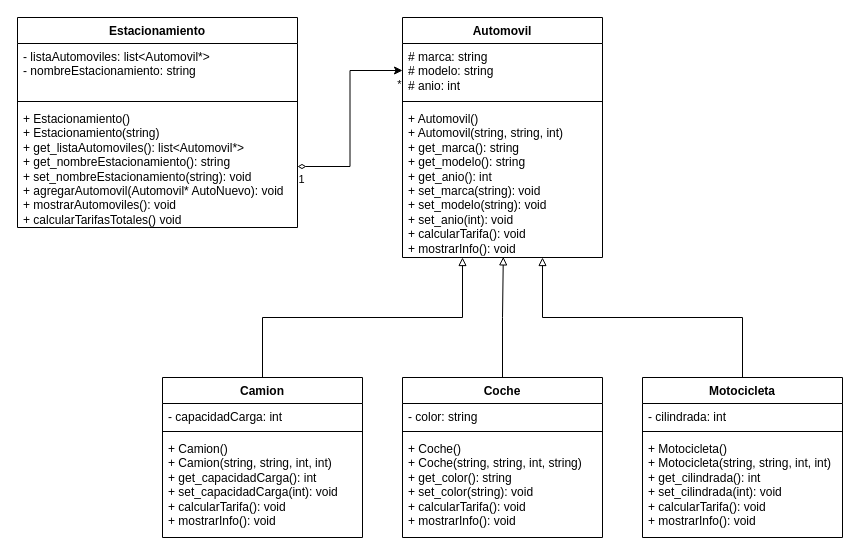
This is UML.drawio from ceso-tec/Modelacion-orientada-a-objetos_proyecto, a draw.io file, before an edit. Source tidied: cells renumbered, new cells numbered last; positions are measured from the earlier drawing's top-left corner, leaving out a move shared by most shapes. Both pictures are drawn from the tidied source at 100%, with x=0, y=0 at pixel (17, 17).
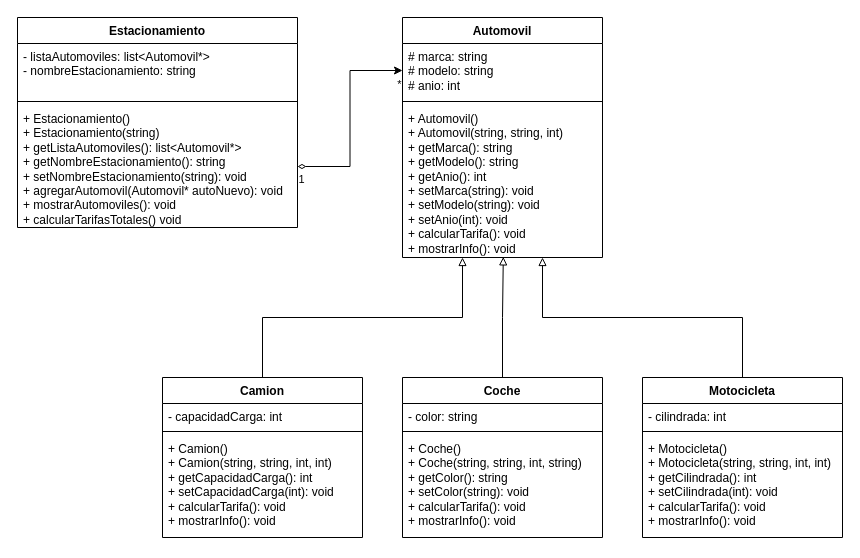
The same diagram, later.

The change refers to these unchanged cells:
```xml
<mxCell id="3" value="Coche" style="swimlane;fontStyle=1;align=center;verticalAlign=top;horizontal=1;startSize=26;whiteSpace=wrap;html=1;" parent="1" vertex="1">
  <mxGeometry x="385" y="360" width="200" height="160" as="geometry" />
</mxCell>
<mxCell id="8" value="Camion" style="swimlane;fontStyle=1;align=center;verticalAlign=top;horizontal=1;startSize=26;whiteSpace=wrap;html=1;" parent="1" vertex="1">
  <mxGeometry x="145" y="360" width="200" height="160" as="geometry" />
</mxCell>
<mxCell id="13" value="Motocicleta" style="swimlane;fontStyle=1;align=center;verticalAlign=top;horizontal=1;startSize=26;whiteSpace=wrap;html=1;" parent="1" vertex="1">
  <mxGeometry x="625" y="360" width="200" height="160" as="geometry" />
</mxCell>
<mxCell id="17" value="Automovil" style="swimlane;fontStyle=1;align=center;verticalAlign=top;horizontal=1;startSize=26;whiteSpace=wrap;html=1;" parent="1" vertex="1">
  <mxGeometry x="385" width="200" height="240" as="geometry" />
</mxCell>
<mxCell id="21" value="Estacionamiento" style="swimlane;fontStyle=1;align=center;verticalAlign=top;horizontal=1;startSize=26;whiteSpace=wrap;html=1;" parent="1" vertex="1">
  <mxGeometry width="280" height="210" as="geometry" />
</mxCell>
```

The edit, as a diff of the source:
```diff
@@
-    <mxCell id="6" value="&lt;div&gt;+ Coche()&lt;/div&gt;&lt;div&gt;+ Coche(string, string, int, string)&lt;/div&gt;&lt;div&gt;&lt;span style=&quot;background-color: transparent; color: light-dark(rgb(0, 0, 0), rgb(255, 255, 255));&quot;&gt;+ get_color(): string&lt;/span&gt;&lt;/div&gt;&lt;div&gt;+ set_color(string): void&lt;/div&gt;&lt;div&gt;&lt;div&gt;+ calcularTarifa(): void&lt;/div&gt;&lt;div&gt;+ mostrarInfo(): void&lt;/div&gt;&lt;/div&gt;" style="text;strokeColor=none;fillColor=none;align=left;verticalAlign=top;spacingLeft=4;spacingRight=4;overflow=hidden;whiteSpace=wrap;html=1;" parent="3" vertex="1">
+    <mxCell id="6" value="&lt;div&gt;+ Coche()&lt;/div&gt;&lt;div&gt;+ Coche(string, string, int, string)&lt;/div&gt;&lt;div&gt;&lt;span style=&quot;background-color: transparent; color: light-dark(rgb(0, 0, 0), rgb(255, 255, 255));&quot;&gt;+ getColor(): string&lt;/span&gt;&lt;/div&gt;&lt;div&gt;+ setColor(string): void&lt;/div&gt;&lt;div&gt;&lt;div&gt;+ calcularTarifa(): void&lt;/div&gt;&lt;div&gt;+ mostrarInfo(): void&lt;/div&gt;&lt;/div&gt;" style="text;strokeColor=none;fillColor=none;align=left;verticalAlign=top;spacingLeft=4;spacingRight=4;overflow=hidden;whiteSpace=wrap;html=1;" parent="3" vertex="1">
       <mxGeometry y="58" width="200" height="102" as="geometry" />
     </mxCell>
@@
-    <mxCell id="11" value="+ Camion()&lt;div&gt;+ Camion(string, string, int, int)&lt;/div&gt;&lt;div&gt;&lt;div&gt;&lt;span style=&quot;background-color: transparent; color: light-dark(rgb(0, 0, 0), rgb(255, 255, 255));&quot;&gt;+ get_capacidadCarga(): int&lt;/span&gt;&lt;/div&gt;&lt;/div&gt;&lt;div&gt;+ set_capacidadCarga(int): void&lt;/div&gt;&lt;div&gt;+ calcularTarifa(): void&lt;/div&gt;&lt;div&gt;+ mostrarInfo(): void&lt;/div&gt;" style="text;strokeColor=none;fillColor=none;align=left;verticalAlign=top;spacingLeft=4;spacingRight=4;overflow=hidden;whiteSpace=wrap;html=1;" parent="8" vertex="1">
+    <mxCell id="11" value="+ Camion()&lt;div&gt;+ Camion(string, string, int, int)&lt;/div&gt;&lt;div&gt;&lt;div&gt;&lt;span style=&quot;background-color: transparent; color: light-dark(rgb(0, 0, 0), rgb(255, 255, 255));&quot;&gt;+ getCapacidadCarga(): int&lt;/span&gt;&lt;/div&gt;&lt;/div&gt;&lt;div&gt;+ setCapacidadCarga(int): void&lt;/div&gt;&lt;div&gt;+ calcularTarifa(): void&lt;/div&gt;&lt;div&gt;+ mostrarInfo(): void&lt;/div&gt;" style="text;strokeColor=none;fillColor=none;align=left;verticalAlign=top;spacingLeft=4;spacingRight=4;overflow=hidden;whiteSpace=wrap;html=1;" parent="8" vertex="1">
       <mxGeometry y="58" width="200" height="102" as="geometry" />
     </mxCell>
@@
-    <mxCell id="16" value="+ Motocicleta()&lt;div&gt;+ Motocicleta(string, string, int, int)&lt;/div&gt;&lt;div&gt;+ get_cilindrada(): int&lt;/div&gt;&lt;div&gt;+ set_cilindrada(int): void&lt;/div&gt;&lt;div&gt;&lt;div&gt;+ calcularTarifa(): void&lt;/div&gt;&lt;div&gt;+ mostrarInfo(): void&lt;/div&gt;&lt;/div&gt;" style="text;strokeColor=none;fillColor=none;align=left;verticalAlign=top;spacingLeft=4;spacingRight=4;overflow=hidden;whiteSpace=wrap;html=1;" parent="13" vertex="1">
+    <mxCell id="16" value="+ Motocicleta()&lt;div&gt;+ Motocicleta(string, string, int, int)&lt;/div&gt;&lt;div&gt;+ getCilindrada(): int&lt;/div&gt;&lt;div&gt;+ setCilindrada(int): void&lt;/div&gt;&lt;div&gt;&lt;div&gt;+ calcularTarifa(): void&lt;/div&gt;&lt;div&gt;+ mostrarInfo(): void&lt;/div&gt;&lt;/div&gt;" style="text;strokeColor=none;fillColor=none;align=left;verticalAlign=top;spacingLeft=4;spacingRight=4;overflow=hidden;whiteSpace=wrap;html=1;" parent="13" vertex="1">
       <mxGeometry y="58" width="200" height="102" as="geometry" />
     </mxCell>
@@
-    <mxCell id="20" value="+ Automovil()&lt;div&gt;+ Automovil(string, string, int)&lt;/div&gt;&lt;div&gt;&lt;div&gt;+ get_marca(): string&lt;/div&gt;&lt;div&gt;+ get_modelo(): string&lt;/div&gt;&lt;div&gt;+ get_anio(): int&lt;/div&gt;&lt;/div&gt;&lt;div&gt;+ set_marca(string): void&lt;/div&gt;&lt;div&gt;&lt;div&gt;+ set_modelo(string): void&lt;/div&gt;&lt;div&gt;+ set_anio(int): void&lt;/div&gt;&lt;/div&gt;&lt;div&gt;+ calcularTarifa(): void&lt;/div&gt;&lt;div&gt;+ mostrarInfo(): void&lt;/div&gt;" style="text;strokeColor=none;fillColor=none;align=left;verticalAlign=top;spacingLeft=4;spacingRight=4;overflow=hidden;points=[[0,0.5],[1,0.5]];portConstraint=eastwest;whiteSpace=wrap;html=1;" parent="17" vertex="1">
+    <mxCell id="20" value="+ Automovil()&lt;div&gt;+ Automovil(string, string, int)&lt;/div&gt;&lt;div&gt;&lt;div&gt;+ getMarca(): string&lt;/div&gt;&lt;div&gt;+ getModelo(): string&lt;/div&gt;&lt;div&gt;+ getAnio(): int&lt;/div&gt;&lt;/div&gt;&lt;div&gt;+ setMarca(string): void&lt;/div&gt;&lt;div&gt;&lt;div&gt;+ setM&lt;span style=&quot;background-color: transparent; color: light-dark(rgb(0, 0, 0), rgb(255, 255, 255));&quot;&gt;odelo(string): void&lt;/span&gt;&lt;/div&gt;&lt;div&gt;+ setAnio(int): void&lt;/div&gt;&lt;/div&gt;&lt;div&gt;+ calcularTarifa(): void&lt;/div&gt;&lt;div&gt;+ mostrarInfo(): void&lt;/div&gt;" style="text;strokeColor=none;fillColor=none;align=left;verticalAlign=top;spacingLeft=4;spacingRight=4;overflow=hidden;points=[[0,0.5],[1,0.5]];portConstraint=eastwest;whiteSpace=wrap;html=1;" parent="17" vertex="1">
       <mxGeometry y="88" width="200" height="152" as="geometry" />
     </mxCell>
@@
-    <mxCell id="24" value="+ Estacionamiento()&lt;div&gt;+ Estacionamiento(string)&lt;/div&gt;&lt;div&gt;+ get_listaAutomoviles(): list&amp;lt;Automovil*&amp;gt;&lt;/div&gt;&lt;div&gt;+ get_nombreEstacionamiento(): string&lt;/div&gt;&lt;div&gt;+ set_nombreEstacionamiento(string): void&lt;/div&gt;&lt;div&gt;+ agregarAutomovil(Automovil* AutoNuevo): void&lt;/div&gt;&lt;div&gt;+ mostrarAutomoviles(): void&lt;/div&gt;&lt;div&gt;+ calcularTarifasTotales() void&lt;/div&gt;" style="text;strokeColor=none;fillColor=none;align=left;verticalAlign=top;spacingLeft=4;spacingRight=4;overflow=hidden;points=[[0,0.5],[1,0.5]];portConstraint=eastwest;whiteSpace=wrap;html=1;" parent="21" vertex="1">
+    <mxCell id="24" value="+ Estacionamiento()&lt;div&gt;+ Estacionamiento(string)&lt;/div&gt;&lt;div&gt;+ getListaAutomoviles(): list&amp;lt;Automovil*&amp;gt;&lt;/div&gt;&lt;div&gt;+ getNombreEstacionamiento(): string&lt;/div&gt;&lt;div&gt;+ setNombreEstacionamiento(string): void&lt;/div&gt;&lt;div&gt;+ agregarAutomovil(Automovil* autoNuevo): void&lt;/div&gt;&lt;div&gt;+ mostrarAutomoviles(): void&lt;/div&gt;&lt;div&gt;+ calcularTarifasTotales() void&lt;/div&gt;" style="text;strokeColor=none;fillColor=none;align=left;verticalAlign=top;spacingLeft=4;spacingRight=4;overflow=hidden;points=[[0,0.5],[1,0.5]];portConstraint=eastwest;whiteSpace=wrap;html=1;" parent="21" vertex="1">
       <mxGeometry y="88" width="280" height="122" as="geometry" />
     </mxCell>
```
